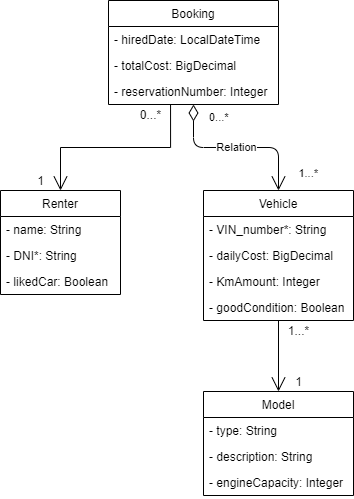
This is docs/car-hire.models.png from miw-upm/apaw-practice, a draw.io export, as it was before one commit. Source tidied: cells renumbered, new cells last; positions are measured from the earlier drawing's top-left corner, leaving out a move shared by most shapes.
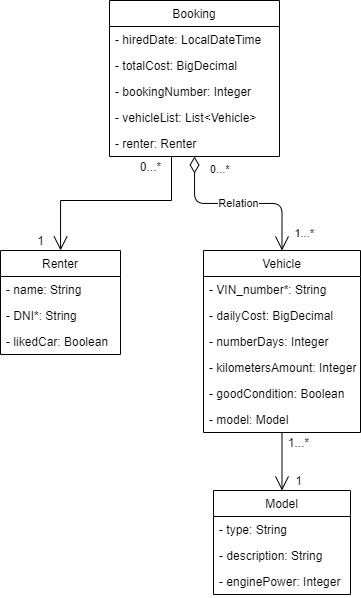
After the commit.

Diff of the diagram source:
```diff
@@ -15,7 +15,7 @@
       <mxGeometry y="78" width="120" height="26" as="geometry" />
     </mxCell>
     <mxCell id="6" value="Booking" style="swimlane;fontStyle=0;horizontal=1;startSize=26;fillColor=none;" parent="1" vertex="1">
-      <mxGeometry x="108" width="170" height="104" as="geometry" />
+      <mxGeometry x="109" y="-60" width="170" height="156" as="geometry" />
     </mxCell>
     <mxCell id="7" value="- hiredDate: LocalDateTime" style="text;strokeColor=none;fillColor=none;align=left;verticalAlign=top;spacingLeft=4;spacingRight=4;overflow=hidden;" parent="6" vertex="1">
       <mxGeometry y="26" width="170" height="26" as="geometry" />
@@ -23,35 +23,47 @@
     <mxCell id="8" value="- totalCost: BigDecimal" style="text;strokeColor=none;fillColor=none;align=left;verticalAlign=top;spacingLeft=4;spacingRight=4;overflow=hidden;" parent="6" vertex="1">
       <mxGeometry y="52" width="170" height="26" as="geometry" />
     </mxCell>
-    <mxCell id="9" value="- reservationNumber: Integer" style="text;strokeColor=none;fillColor=none;align=left;verticalAlign=top;spacingLeft=4;spacingRight=4;overflow=hidden;points=[[0,0.5],[1,0.5]];portConstraint=eastwest;" parent="6" vertex="1">
+    <mxCell id="9" value="- bookingNumber: Integer" style="text;strokeColor=none;fillColor=none;align=left;verticalAlign=top;spacingLeft=4;spacingRight=4;overflow=hidden;points=[[0,0.5],[1,0.5]];portConstraint=eastwest;" parent="6" vertex="1">
       <mxGeometry y="78" width="170" height="26" as="geometry" />
     </mxCell>
+    <mxCell id="28" value="- vehicleList: List&lt;Vehicle&gt;" style="text;strokeColor=none;fillColor=none;align=left;verticalAlign=top;spacingLeft=4;spacingRight=4;overflow=hidden;" parent="6" vertex="1">
+      <mxGeometry y="104" width="170" height="26" as="geometry" />
+    </mxCell>
+    <mxCell id="29" value="- renter: Renter" style="text;strokeColor=none;fillColor=none;align=left;verticalAlign=top;spacingLeft=4;spacingRight=4;overflow=hidden;points=[[0,0.5],[1,0.5]];portConstraint=eastwest;" parent="6" vertex="1">
+      <mxGeometry y="130" width="170" height="26" as="geometry" />
+    </mxCell>
     <mxCell id="10" value="Vehicle" style="swimlane;fontStyle=0;horizontal=1;startSize=26;fillColor=none;" parent="1" vertex="1">
-      <mxGeometry x="203" y="190" width="150" height="130" as="geometry" />
+      <mxGeometry x="203" y="190" width="157" height="182" as="geometry" />
     </mxCell>
     <mxCell id="11" value="- VIN_number*: String" style="text;strokeColor=none;fillColor=none;align=left;verticalAlign=top;spacingLeft=4;spacingRight=4;overflow=hidden;" parent="10" vertex="1">
-      <mxGeometry y="26" width="150" height="26" as="geometry" />
+      <mxGeometry y="26" width="157" height="26" as="geometry" />
     </mxCell>
     <mxCell id="12" value="- dailyCost: BigDecimal" style="text;strokeColor=none;fillColor=none;align=left;verticalAlign=top;spacingLeft=4;spacingRight=4;overflow=hidden;" parent="10" vertex="1">
-      <mxGeometry y="52" width="150" height="26" as="geometry" />
+      <mxGeometry y="52" width="157" height="26" as="geometry" />
     </mxCell>
+    <mxCell id="30" value="- numberDays: Integer" style="text;strokeColor=none;fillColor=none;align=left;verticalAlign=top;spacingLeft=4;spacingRight=4;overflow=hidden;" parent="10" vertex="1">
+      <mxGeometry y="78" width="157" height="26" as="geometry" />
+    </mxCell>
-    <mxCell id="13" value="- KmAmount: Integer" style="text;strokeColor=none;fillColor=none;align=left;verticalAlign=top;spacingLeft=4;spacingRight=4;overflow=hidden;" parent="10" vertex="1">
-      <mxGeometry y="78" width="150" height="26" as="geometry" />
+    <mxCell id="13" value="- kilometersAmount: Integer" style="text;strokeColor=none;fillColor=none;align=left;verticalAlign=top;spacingLeft=4;spacingRight=4;overflow=hidden;" parent="10" vertex="1">
+      <mxGeometry y="104" width="157" height="26" as="geometry" />
     </mxCell>
     <mxCell id="14" value="- goodCondition: Boolean" style="text;strokeColor=none;fillColor=none;align=left;verticalAlign=top;spacingLeft=4;spacingRight=4;overflow=hidden;" parent="10" vertex="1">
-      <mxGeometry y="104" width="150" height="26" as="geometry" />
+      <mxGeometry y="130" width="157" height="26" as="geometry" />
     </mxCell>
+    <mxCell id="31" value="- model: Model" style="text;strokeColor=none;fillColor=none;align=left;verticalAlign=top;spacingLeft=4;spacingRight=4;overflow=hidden;" parent="10" vertex="1">
+      <mxGeometry y="156" width="157" height="26" as="geometry" />
+    </mxCell>
     <mxCell id="15" value="Model" style="swimlane;fontStyle=0;horizontal=1;startSize=26;fillColor=none;" parent="1" vertex="1">
-      <mxGeometry x="203" y="391" width="150" height="104" as="geometry" />
+      <mxGeometry x="213" y="430" width="137" height="104" as="geometry" />
     </mxCell>
     <mxCell id="16" value="- type: String" style="text;strokeColor=none;fillColor=none;align=left;verticalAlign=top;spacingLeft=4;spacingRight=4;overflow=hidden;" parent="15" vertex="1">
-      <mxGeometry y="26" width="150" height="26" as="geometry" />
+      <mxGeometry y="26" width="137" height="26" as="geometry" />
     </mxCell>
     <mxCell id="17" value="- description: String" style="text;strokeColor=none;fillColor=none;align=left;verticalAlign=top;spacingLeft=4;spacingRight=4;overflow=hidden;" parent="15" vertex="1">
-      <mxGeometry y="52" width="150" height="26" as="geometry" />
+      <mxGeometry y="52" width="137" height="26" as="geometry" />
     </mxCell>
-    <mxCell id="18" value="- engineCapacity: Integer" style="text;strokeColor=none;fillColor=none;align=left;verticalAlign=top;spacingLeft=4;spacingRight=4;overflow=hidden;" parent="15" vertex="1">
-      <mxGeometry y="78" width="150" height="26" as="geometry" />
+    <mxCell id="18" value="- enginePower: Integer" style="text;strokeColor=none;fillColor=none;align=left;verticalAlign=top;spacingLeft=4;spacingRight=4;overflow=hidden;" parent="15" vertex="1">
+      <mxGeometry y="78" width="137" height="26" as="geometry" />
     </mxCell>
     <mxCell id="19" value="Relation" style="endArrow=open;html=1;endSize=12;startArrow=diamondThin;startSize=14;startFill=0;edgeStyle=orthogonalEdgeStyle;entryX=0.5;entryY=0;entryDx=0;entryDy=0;" parent="1" edge="1" source="6" target="10">
       <mxGeometry relative="1" as="geometry" />
@@ -63,26 +75,31 @@
     </mxCell>
     <mxCell id="21" value="1...*" style="edgeLabel;html=1;align=right;verticalAlign=top;" parent="19" vertex="1">
       <mxGeometry x="1" relative="1" as="geometry">
-        <mxPoint x="40" y="-30" as="offset" />
+        <mxPoint x="32" y="-30" as="offset" />
       </mxGeometry>
     </mxCell>
-    <mxCell id="22" style="endArrow=open;endFill=1;endSize=12;html=1;rounded=0;edgeStyle=orthogonalEdgeStyle;exitX=0.365;exitY=1;exitDx=0;exitDy=0;exitPerimeter=0;" parent="1" edge="1" source="9" target="2">
-      <mxGeometry relative="1" as="geometry" />
+    <mxCell id="22" style="endArrow=open;endFill=1;endSize=12;html=1;rounded=0;edgeStyle=orthogonalEdgeStyle;" parent="1" edge="1" source="29" target="2">
+      <mxGeometry relative="1" as="geometry">
+        <Array as="points">
+          <mxPoint x="171" y="140" />
+          <mxPoint x="60" y="140" />
+        </Array>
+      </mxGeometry>
     </mxCell>
-    <mxCell id="23" style="endArrow=open;endFill=1;endSize=12;html=1;rounded=0;edgeStyle=orthogonalEdgeStyle;" parent="1" edge="1" source="10" target="15">
-      <mxGeometry relative="1" as="geometry" />
-    </mxCell>
     <mxCell id="24" value="1...*" style="text;html=1;align=center;verticalAlign=middle;fillColor=none;strokeColor=none;rounded=0;" parent="1" vertex="1">
-      <mxGeometry x="278" y="320" width="40" height="20" as="geometry" />
+      <mxGeometry x="278" y="372" width="40" height="20" as="geometry" />
     </mxCell>
     <mxCell id="25" value="1" style="text;html=1;align=center;verticalAlign=middle;fillColor=none;strokeColor=none;rounded=0;" parent="1" vertex="1">
-      <mxGeometry x="288" y="371" width="20" height="20" as="geometry" />
+      <mxGeometry x="288" y="410" width="20" height="20" as="geometry" />
     </mxCell>
     <mxCell id="26" value="0...*" style="text;html=1;align=center;verticalAlign=middle;fillColor=none;strokeColor=none;rounded=0;" parent="1" vertex="1">
-      <mxGeometry x="130" y="104" width="40" height="20" as="geometry" />
+      <mxGeometry x="130" y="96" width="40" height="20" as="geometry" />
     </mxCell>
     <mxCell id="27" value="1" style="text;html=1;align=center;verticalAlign=middle;fillColor=none;strokeColor=none;rounded=0;" parent="1" vertex="1">
       <mxGeometry x="30" y="170" width="20" height="20" as="geometry" />
     </mxCell>
+    <mxCell id="23" style="endArrow=open;endFill=1;endSize=12;html=1;rounded=0;edgeStyle=orthogonalEdgeStyle;" parent="1" edge="1" source="10" target="15">
+      <mxGeometry relative="1" as="geometry" />
+    </mxCell>
   </root>
 </mxGraphModel>
```
